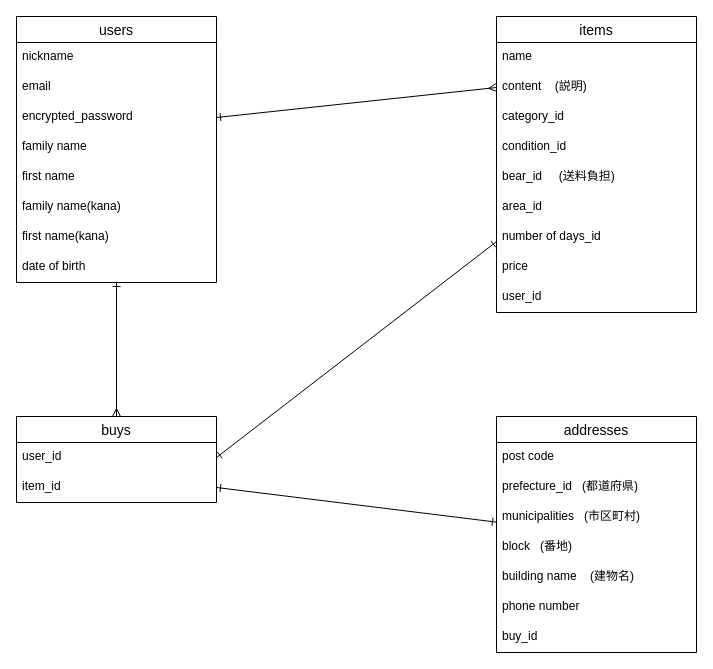
The draw.io diagram test.dio in mofumofusand/furima-40950, before the edit. Source tidied: cells renumbered, new cells numbered last; positions are measured from the earlier drawing's top-left corner, leaving out a move shared by most shapes. Both pictures are drawn from the tidied source at 100%, with x=0, y=0 at pixel (16, 16).
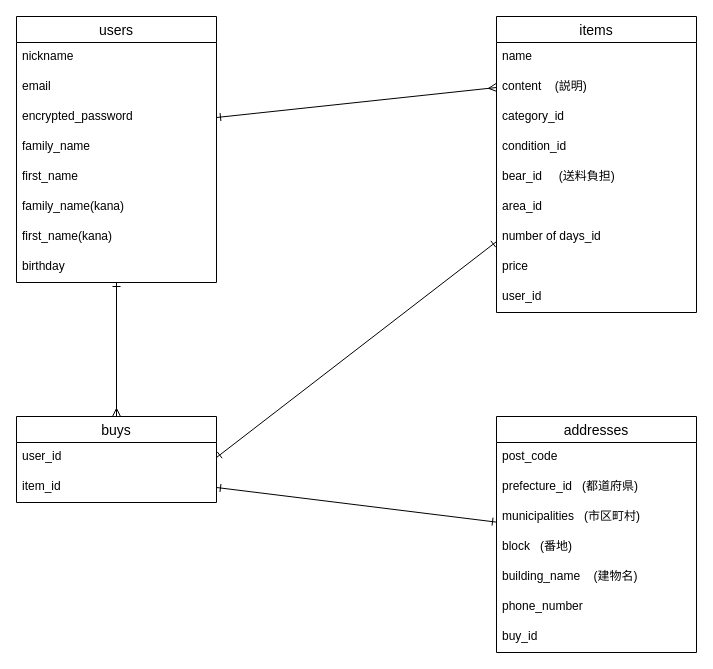
The same page after the edit.

Commit message (it also covers changes not shown here):
ER図とREADMEの再修正

Unchanged cells that the change refers to:
```xml
<mxCell id="3" value="users" style="swimlane;fontStyle=0;horizontal=1;startSize=26;align=center;fontSize=14;labelBackgroundColor=none;labelBorderColor=none;sketch=0;strokeColor=default;strokeWidth=1;fillColor=none;" parent="1" vertex="1">
  <mxGeometry width="200" height="266" as="geometry" />
</mxCell>
<mxCell id="27" value="addresses" style="swimlane;fontStyle=0;horizontal=1;startSize=26;align=center;fontSize=14;labelBackgroundColor=none;labelBorderColor=none;sketch=0;strokeColor=default;strokeWidth=1;fillColor=none;" parent="1" vertex="1">
  <mxGeometry x="480" y="400" width="200" height="236" as="geometry" />
</mxCell>
```

Change to the diagram source:
```diff
@@
-    <mxCell id="7" value="family name" style="text;strokeColor=none;fillColor=none;spacingLeft=4;spacingRight=4;overflow=hidden;fontSize=12;labelBackgroundColor=none;labelBorderColor=none;sketch=0;strokeWidth=1;" parent="3" vertex="1">
+    <mxCell id="7" value="family_name" style="text;strokeColor=none;fillColor=none;spacingLeft=4;spacingRight=4;overflow=hidden;fontSize=12;labelBackgroundColor=none;labelBorderColor=none;sketch=0;strokeWidth=1;" parent="3" vertex="1">
       <mxGeometry y="116" width="200" height="30" as="geometry" />
     </mxCell>
-    <mxCell id="8" value="first name" style="text;strokeColor=none;fillColor=none;spacingLeft=4;spacingRight=4;overflow=hidden;fontSize=12;labelBackgroundColor=none;labelBorderColor=none;sketch=0;strokeWidth=1;" parent="3" vertex="1">
+    <mxCell id="8" value="first_name" style="text;strokeColor=none;fillColor=none;spacingLeft=4;spacingRight=4;overflow=hidden;fontSize=12;labelBackgroundColor=none;labelBorderColor=none;sketch=0;strokeWidth=1;" parent="3" vertex="1">
       <mxGeometry y="146" width="200" height="30" as="geometry" />
     </mxCell>
-    <mxCell id="9" value="family name(kana)" style="text;strokeColor=none;fillColor=none;spacingLeft=4;spacingRight=4;overflow=hidden;fontSize=12;labelBackgroundColor=none;labelBorderColor=none;sketch=0;strokeWidth=1;" parent="3" vertex="1">
+    <mxCell id="9" value="family_name(kana)" style="text;strokeColor=none;fillColor=none;spacingLeft=4;spacingRight=4;overflow=hidden;fontSize=12;labelBackgroundColor=none;labelBorderColor=none;sketch=0;strokeWidth=1;" parent="3" vertex="1">
       <mxGeometry y="176" width="200" height="30" as="geometry" />
     </mxCell>
-    <mxCell id="10" value="first name(kana)" style="text;strokeColor=none;fillColor=none;spacingLeft=4;spacingRight=4;overflow=hidden;fontSize=12;labelBackgroundColor=none;labelBorderColor=none;sketch=0;strokeWidth=1;" parent="3" vertex="1">
+    <mxCell id="10" value="first_name(kana)" style="text;strokeColor=none;fillColor=none;spacingLeft=4;spacingRight=4;overflow=hidden;fontSize=12;labelBackgroundColor=none;labelBorderColor=none;sketch=0;strokeWidth=1;" parent="3" vertex="1">
       <mxGeometry y="206" width="200" height="30" as="geometry" />
     </mxCell>
-    <mxCell id="11" value="date of birth" style="text;strokeColor=none;fillColor=none;spacingLeft=4;spacingRight=4;overflow=hidden;fontSize=12;labelBackgroundColor=none;labelBorderColor=none;sketch=0;strokeWidth=1;" parent="3" vertex="1">
+    <mxCell id="11" value="birthday" style="text;strokeColor=none;fillColor=none;spacingLeft=4;spacingRight=4;overflow=hidden;fontSize=12;labelBackgroundColor=none;labelBorderColor=none;sketch=0;strokeWidth=1;" parent="3" vertex="1">
       <mxGeometry y="236" width="200" height="30" as="geometry" />
     </mxCell>
@@
-    <mxCell id="28" value="post code" style="text;strokeColor=none;fillColor=none;spacingLeft=4;spacingRight=4;overflow=hidden;fontSize=12;labelBackgroundColor=none;labelBorderColor=none;sketch=0;strokeWidth=1;" parent="27" vertex="1">
+    <mxCell id="28" value="post_code" style="text;strokeColor=none;fillColor=none;spacingLeft=4;spacingRight=4;overflow=hidden;fontSize=12;labelBackgroundColor=none;labelBorderColor=none;sketch=0;strokeWidth=1;" parent="27" vertex="1">
       <mxGeometry y="26" width="200" height="30" as="geometry" />
     </mxCell>
@@
-    <mxCell id="32" value="building name    (建物名)" style="text;strokeColor=none;fillColor=none;spacingLeft=4;spacingRight=4;overflow=hidden;fontSize=12;labelBackgroundColor=none;labelBorderColor=none;sketch=0;strokeWidth=1;" parent="27" vertex="1">
+    <mxCell id="32" value="building_name    (建物名)" style="text;strokeColor=none;fillColor=none;spacingLeft=4;spacingRight=4;overflow=hidden;fontSize=12;labelBackgroundColor=none;labelBorderColor=none;sketch=0;strokeWidth=1;" parent="27" vertex="1">
       <mxGeometry y="146" width="200" height="30" as="geometry" />
     </mxCell>
-    <mxCell id="33" value="phone number" style="text;strokeColor=none;fillColor=none;spacingLeft=4;spacingRight=4;overflow=hidden;fontSize=12;labelBackgroundColor=none;labelBorderColor=none;sketch=0;strokeWidth=1;" parent="27" vertex="1">
+    <mxCell id="33" value="phone_number" style="text;strokeColor=none;fillColor=none;spacingLeft=4;spacingRight=4;overflow=hidden;fontSize=12;labelBackgroundColor=none;labelBorderColor=none;sketch=0;strokeWidth=1;" parent="27" vertex="1">
       <mxGeometry y="176" width="200" height="30" as="geometry" />
     </mxCell>
```
